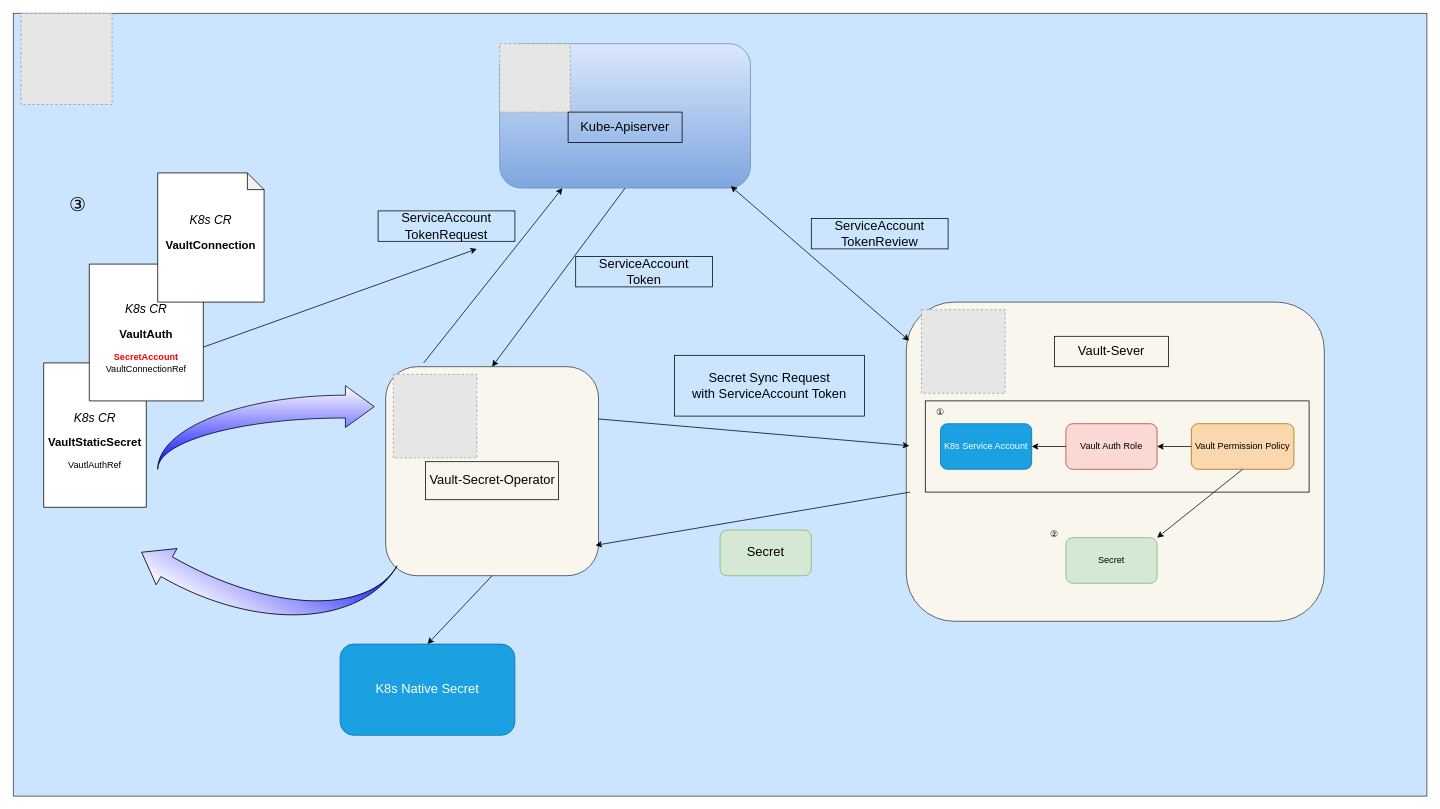
Above: page "workflow-and-mechanism" (3 of 3) of vault-secrets-operator-poc.drawio in YanshanSong/draw.io (draw.io), before the change. Source tidied: cells renumbered, new cells numbered last; positions are measured from the earlier drawing's top-left corner, leaving out a move shared by most shapes. Both pictures are drawn from the tidied source at 76%, with x=0, y=0 at pixel (13, 13). Pictures stored in the file or linked from it are replaced by grey dashed boxes.
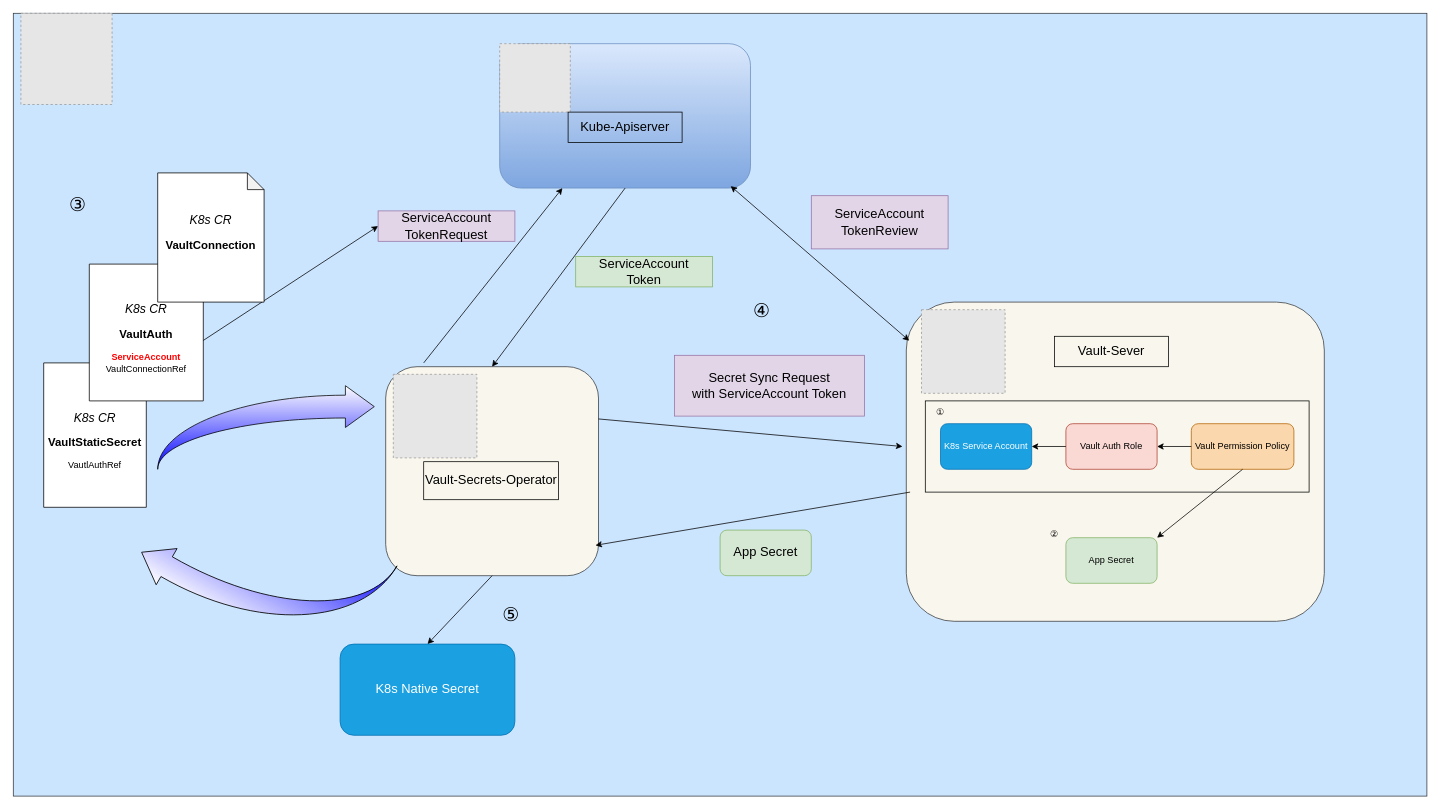
After the change.

The change refers to these unchanged cells:
```xml
<mxCell id="4" style="group;" parent="1" vertex="1">
  <mxGeometry x="490" y="465" width="280" height="275" as="geometry" />
</mxCell>
<mxCell id="5" style="rounded=1;whiteSpace=wrap;html=1;fillColor=#f9f7ed;strokeColor=#36393d;" parent="4" vertex="1">
  <mxGeometry width="280" height="275" as="geometry" />
</mxCell>
<mxCell id="18" style="group;" parent="1" vertex="1">
  <mxGeometry x="1175" y="380" width="550" height="420" as="geometry" />
</mxCell>
<mxCell id="40" style="group;" parent="1" vertex="1">
  <mxGeometry x="40" y="210" width="290" height="440" as="geometry" />
</mxCell>
```

Diff of the diagram source:
```diff
@@
-    <mxCell id="7" value="&lt;font style=&quot;font-size: 17px;&quot;&gt;Vault-Secret-Operator&lt;/font&gt;" style="text;html=1;align=center;verticalAlign=middle;whiteSpace=wrap;rounded=0;strokeColor=default;" parent="4" vertex="1">
-      <mxGeometry x="52.5" y="125" width="175" height="50" as="geometry" />
+    <mxCell id="7" value="&lt;font style=&quot;font-size: 17px;&quot;&gt;Vault-Secrets-Operator&lt;/font&gt;" style="text;html=1;align=center;verticalAlign=middle;whiteSpace=wrap;rounded=0;strokeColor=default;" parent="4" vertex="1">
+      <mxGeometry x="50" y="125" width="177.5" height="50" as="geometry" />
     </mxCell>
@@
-    <mxCell id="14" style="endArrow=classic;html=1;rounded=0;fontFamily=Helvetica;fontSize=12;fontColor=default;exitX=0.8;exitY=0.667;exitDx=0;exitDy=0;exitPerimeter=0;" parent="1" edge="1" source="42">
-      <mxGeometry relative="1" as="geometry">
-        <mxPoint x="610" y="310" as="targetPoint" />
-      </mxGeometry>
+    <mxCell id="14" style="endArrow=classic;html=1;rounded=0;fontFamily=Helvetica;fontSize=12;fontColor=default;exitX=0.8;exitY=0.667;exitDx=0;exitDy=0;exitPerimeter=0;entryX=0;entryY=0.5;entryDx=0;entryDy=0;" parent="1" edge="1" source="42" target="15">
+      <mxGeometry relative="1" as="geometry" />
     </mxCell>
-    <mxCell id="15" value="&lt;font style=&quot;font-size: 17px;&quot;&gt;ServiceAccount&lt;br style=&quot;&quot;&gt;TokenRequest&lt;/font&gt;" style="text;html=1;align=center;verticalAlign=middle;whiteSpace=wrap;rounded=0;fontFamily=Helvetica;fontSize=18;fontColor=default;strokeColor=default;strokeWidth=1;" parent="1" vertex="1">
+    <mxCell id="15" value="&lt;font style=&quot;font-size: 17px;&quot;&gt;ServiceAccount&lt;br style=&quot;&quot;&gt;TokenRequest&lt;/font&gt;" style="text;html=1;align=center;verticalAlign=middle;whiteSpace=wrap;rounded=0;fontFamily=Helvetica;fontSize=18;strokeColor=#9673a6;strokeWidth=1;fillColor=#e1d5e7;" parent="1" vertex="1">
       <mxGeometry x="480" y="260" width="180" height="40" as="geometry" />
     </mxCell>
@@
-    <mxCell id="17" value="&lt;font style=&quot;font-size: 17px;&quot;&gt;ServiceAccount&lt;br style=&quot;&quot;&gt;Token&lt;/font&gt;" style="text;html=1;align=center;verticalAlign=middle;whiteSpace=wrap;rounded=0;fontFamily=Helvetica;fontSize=18;fontColor=default;strokeColor=default;strokeWidth=1;" parent="1" vertex="1">
+    <mxCell id="17" value="&lt;font style=&quot;font-size: 17px;&quot;&gt;ServiceAccount&lt;br style=&quot;&quot;&gt;Token&lt;/font&gt;" style="text;html=1;align=center;verticalAlign=middle;whiteSpace=wrap;rounded=0;fontFamily=Helvetica;fontSize=18;strokeColor=#82b366;strokeWidth=1;fillColor=#d5e8d4;" parent="1" vertex="1">
       <mxGeometry x="740" y="320" width="180" height="40" as="geometry" />
     </mxCell>
@@
-    <mxCell id="28" value="Secret" style="rounded=1;whiteSpace=wrap;html=1;strokeColor=#82b366;align=center;verticalAlign=middle;fontFamily=Helvetica;fontSize=12;fillColor=#d5e8d4;" parent="18" vertex="1">
+    <mxCell id="28" value="App Secret" style="rounded=1;whiteSpace=wrap;html=1;strokeColor=#82b366;align=center;verticalAlign=middle;fontFamily=Helvetica;fontSize=12;fillColor=#d5e8d4;" parent="18" vertex="1">
       <mxGeometry x="210" y="310" width="120" height="60" as="geometry" />
     </mxCell>
@@
     <mxCell id="32" style="endArrow=classic;html=1;rounded=0;fontFamily=Helvetica;fontSize=12;fontColor=default;exitX=1;exitY=0.25;exitDx=0;exitDy=0;" parent="1" edge="1" source="5">
       <mxGeometry relative="1" as="geometry">
-        <mxPoint x="1179" y="569" as="targetPoint" />
+        <mxPoint x="1170" y="570" as="targetPoint" />
       </mxGeometry>
     </mxCell>
-    <mxCell id="33" value="&lt;font style=&quot;font-size: 17px;&quot;&gt;Secret Sync Request&lt;br style=&quot;&quot;&gt;with ServiceAccount Token&lt;/font&gt;" style="text;html=1;align=center;verticalAlign=middle;whiteSpace=wrap;rounded=0;fontFamily=Helvetica;fontSize=18;fontColor=default;strokeColor=default;strokeWidth=1;" parent="1" vertex="1">
+    <mxCell id="33" value="&lt;font style=&quot;font-size: 17px;&quot;&gt;Secret Sync Request&lt;br style=&quot;&quot;&gt;with ServiceAccount Token&lt;/font&gt;" style="text;html=1;align=center;verticalAlign=middle;whiteSpace=wrap;rounded=0;fontFamily=Helvetica;fontSize=18;strokeColor=#9673a6;strokeWidth=1;fillColor=#e1d5e7;" parent="1" vertex="1">
       <mxGeometry x="870" y="450" width="250" height="80" as="geometry" />
     </mxCell>
@@
-    <mxCell id="35" value="&lt;font style=&quot;font-size: 17px;&quot;&gt;Secret&lt;/font&gt;" style="rounded=1;whiteSpace=wrap;html=1;strokeColor=#82b366;align=center;verticalAlign=middle;fontFamily=Helvetica;fontSize=12;fillColor=#d5e8d4;" parent="1" vertex="1">
+    <mxCell id="35" value="&lt;font style=&quot;font-size: 17px;&quot;&gt;App Secret&lt;/font&gt;" style="rounded=1;whiteSpace=wrap;html=1;strokeColor=#82b366;align=center;verticalAlign=middle;fontFamily=Helvetica;fontSize=12;fillColor=#d5e8d4;" parent="1" vertex="1">
       <mxGeometry x="930" y="680" width="120" height="60" as="geometry" />
     </mxCell>
@@
-    <mxCell id="39" value="&lt;font style=&quot;font-size: 17px;&quot;&gt;ServiceAccount&lt;br style=&quot;&quot;&gt;TokenReview&lt;/font&gt;" style="text;html=1;align=center;verticalAlign=middle;whiteSpace=wrap;rounded=0;fontFamily=Helvetica;fontSize=18;fontColor=default;strokeColor=default;strokeWidth=1;" parent="1" vertex="1">
-      <mxGeometry x="1050" y="270" width="180" height="40" as="geometry" />
+    <mxCell id="39" value="&lt;font style=&quot;font-size: 17px;&quot;&gt;ServiceAccount&lt;br style=&quot;&quot;&gt;TokenReview&lt;/font&gt;" style="text;html=1;align=center;verticalAlign=middle;whiteSpace=wrap;rounded=0;fontFamily=Helvetica;fontSize=18;strokeColor=#9673a6;strokeWidth=1;fillColor=#e1d5e7;" parent="1" vertex="1">
+      <mxGeometry x="1050" y="240" width="180" height="70" as="geometry" />
     </mxCell>
@@
-    <mxCell id="42" value="&lt;div&gt;&lt;br&gt;&lt;/div&gt;&lt;div&gt;&lt;font style=&quot;font-size: 16px;&quot;&gt;&lt;i style=&quot;&quot;&gt;K8s CR&lt;/i&gt;&lt;/font&gt;&lt;/div&gt;&lt;div&gt;&lt;br&gt;&lt;/div&gt;&lt;span style=&quot;font-size: 15px;&quot;&gt;&lt;b&gt;VaultAuth&lt;br&gt;&lt;/b&gt;&lt;/span&gt;&lt;br&gt;&lt;div&gt;&lt;font color=&quot;#ff0000&quot;&gt;&lt;b&gt;SecretAccount&lt;/b&gt;&lt;/font&gt;&lt;/div&gt;&lt;div&gt;VaultConnectionRef&lt;/div&gt;" style="shape=note;whiteSpace=wrap;html=1;backgroundOutline=1;darkOpacity=0.05;size=22;" parent="40" vertex="1">
+    <mxCell id="42" value="&lt;div&gt;&lt;br&gt;&lt;/div&gt;&lt;div&gt;&lt;font style=&quot;font-size: 16px;&quot;&gt;&lt;i style=&quot;&quot;&gt;K8s CR&lt;/i&gt;&lt;/font&gt;&lt;/div&gt;&lt;div&gt;&lt;br&gt;&lt;/div&gt;&lt;span style=&quot;font-size: 15px;&quot;&gt;&lt;b&gt;VaultAuth&lt;br&gt;&lt;/b&gt;&lt;/span&gt;&lt;br&gt;&lt;div&gt;&lt;font color=&quot;#ff0000&quot;&gt;&lt;b&gt;ServiceAccount&lt;/b&gt;&lt;/font&gt;&lt;/div&gt;&lt;div&gt;VaultConnectionRef&lt;/div&gt;" style="shape=note;whiteSpace=wrap;html=1;backgroundOutline=1;darkOpacity=0.05;size=22;" parent="40" vertex="1">
       <mxGeometry x="60" y="120" width="150" height="180" as="geometry" />
     </mxCell>
@@
+    <mxCell id="45" value="&lt;span style=&quot;font-size: 25px;&quot;&gt;④&lt;/span&gt;" style="text;html=1;align=center;verticalAlign=middle;whiteSpace=wrap;rounded=0;fontFamily=Helvetica;fontSize=12;fontColor=default;fillColor=none;" parent="1" vertex="1">
+      <mxGeometry x="940" y="350" width="90" height="80" as="geometry" />
+    </mxCell>
+    <mxCell id="46" value="&lt;span style=&quot;font-size: 25px;&quot;&gt;⑤&lt;/span&gt;" style="text;html=1;align=center;verticalAlign=middle;whiteSpace=wrap;rounded=0;fontFamily=Helvetica;fontSize=12;fontColor=default;fillColor=none;" parent="1" vertex="1">
+      <mxGeometry x="610" y="750" width="90" height="80" as="geometry" />
+    </mxCell>
```
